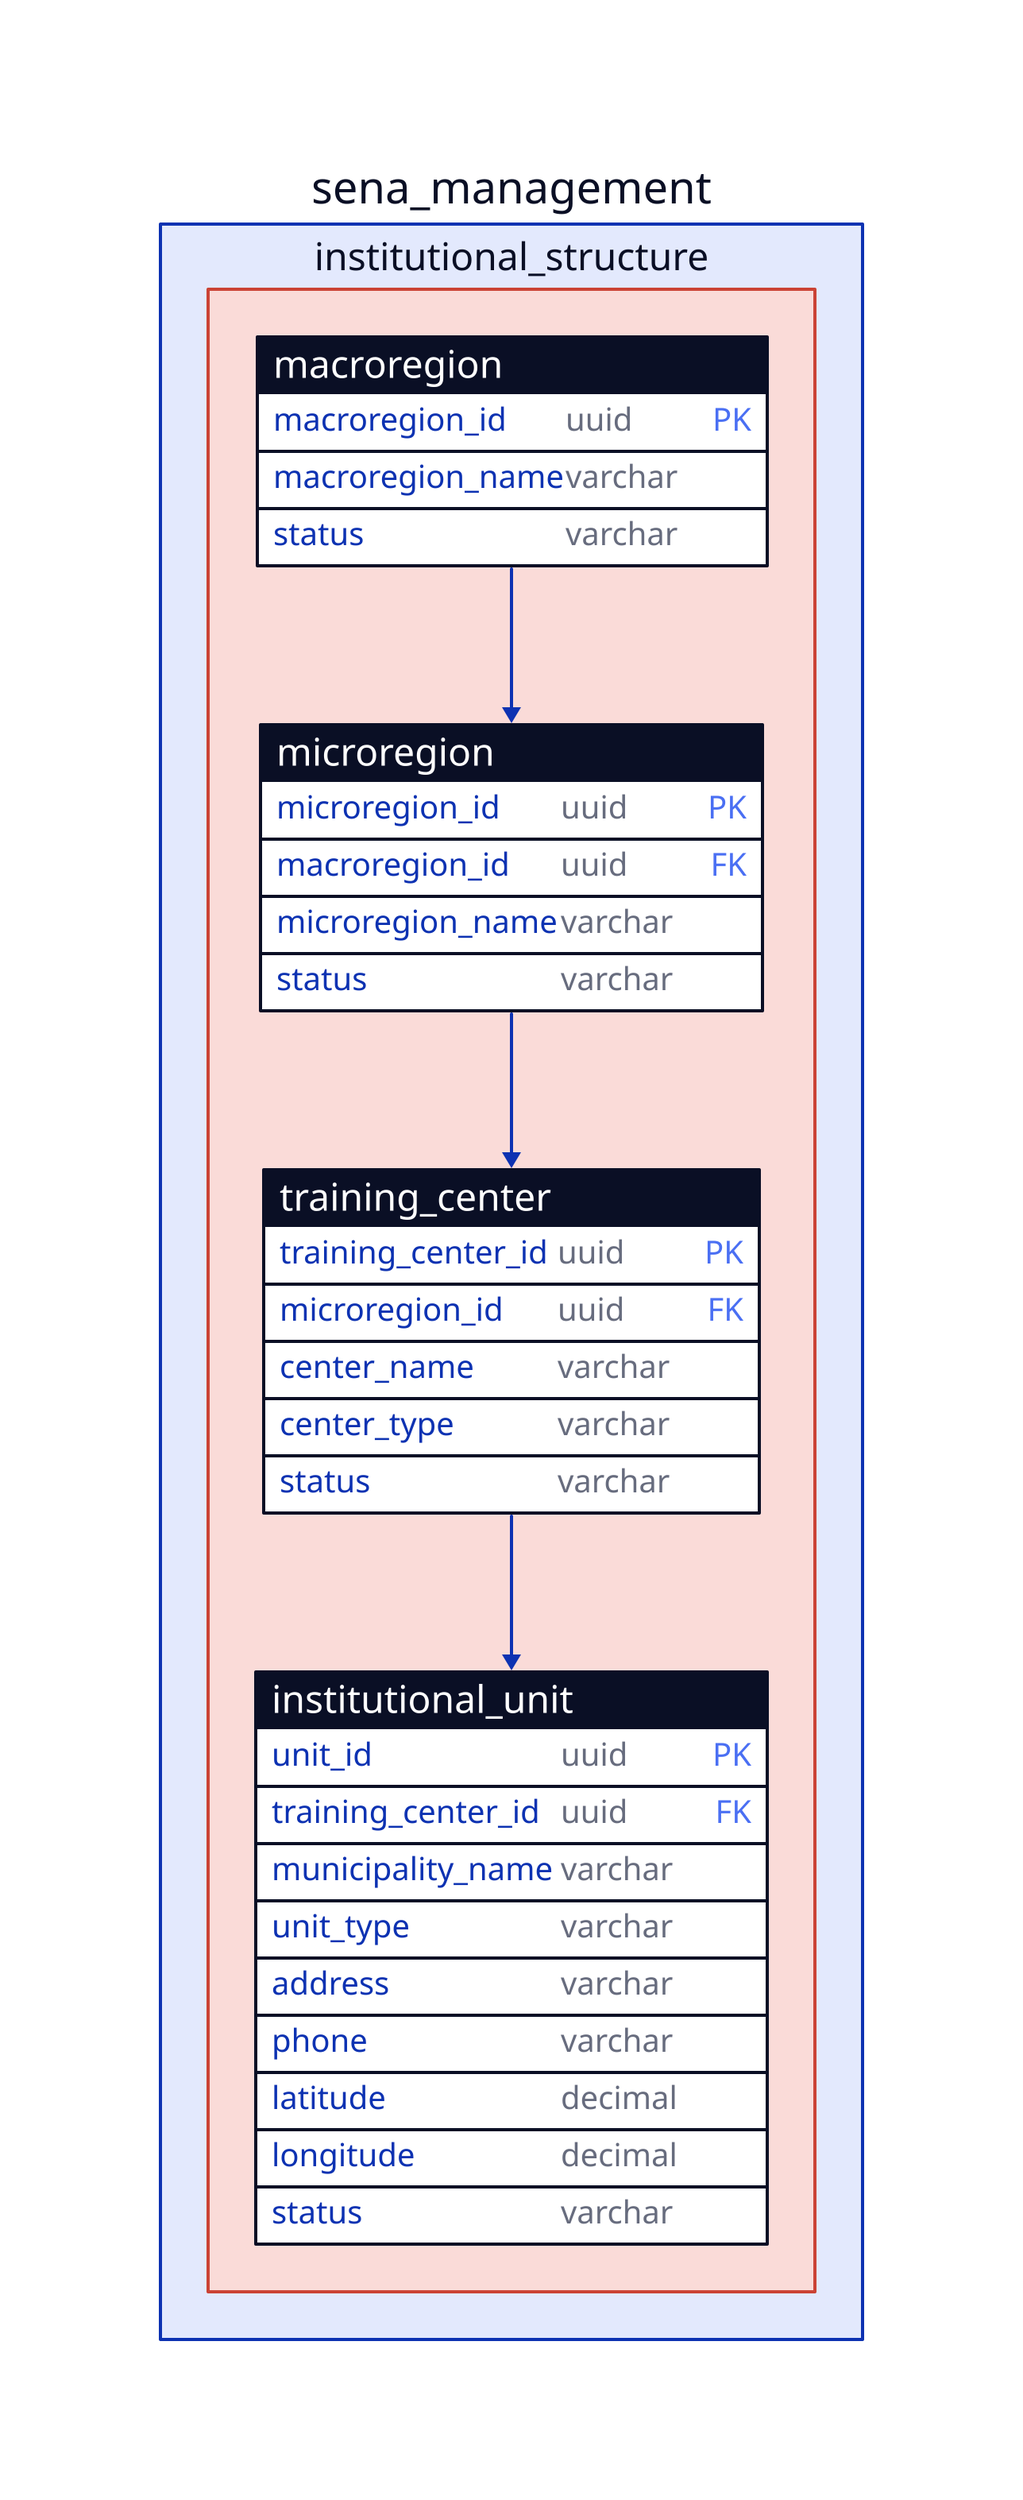
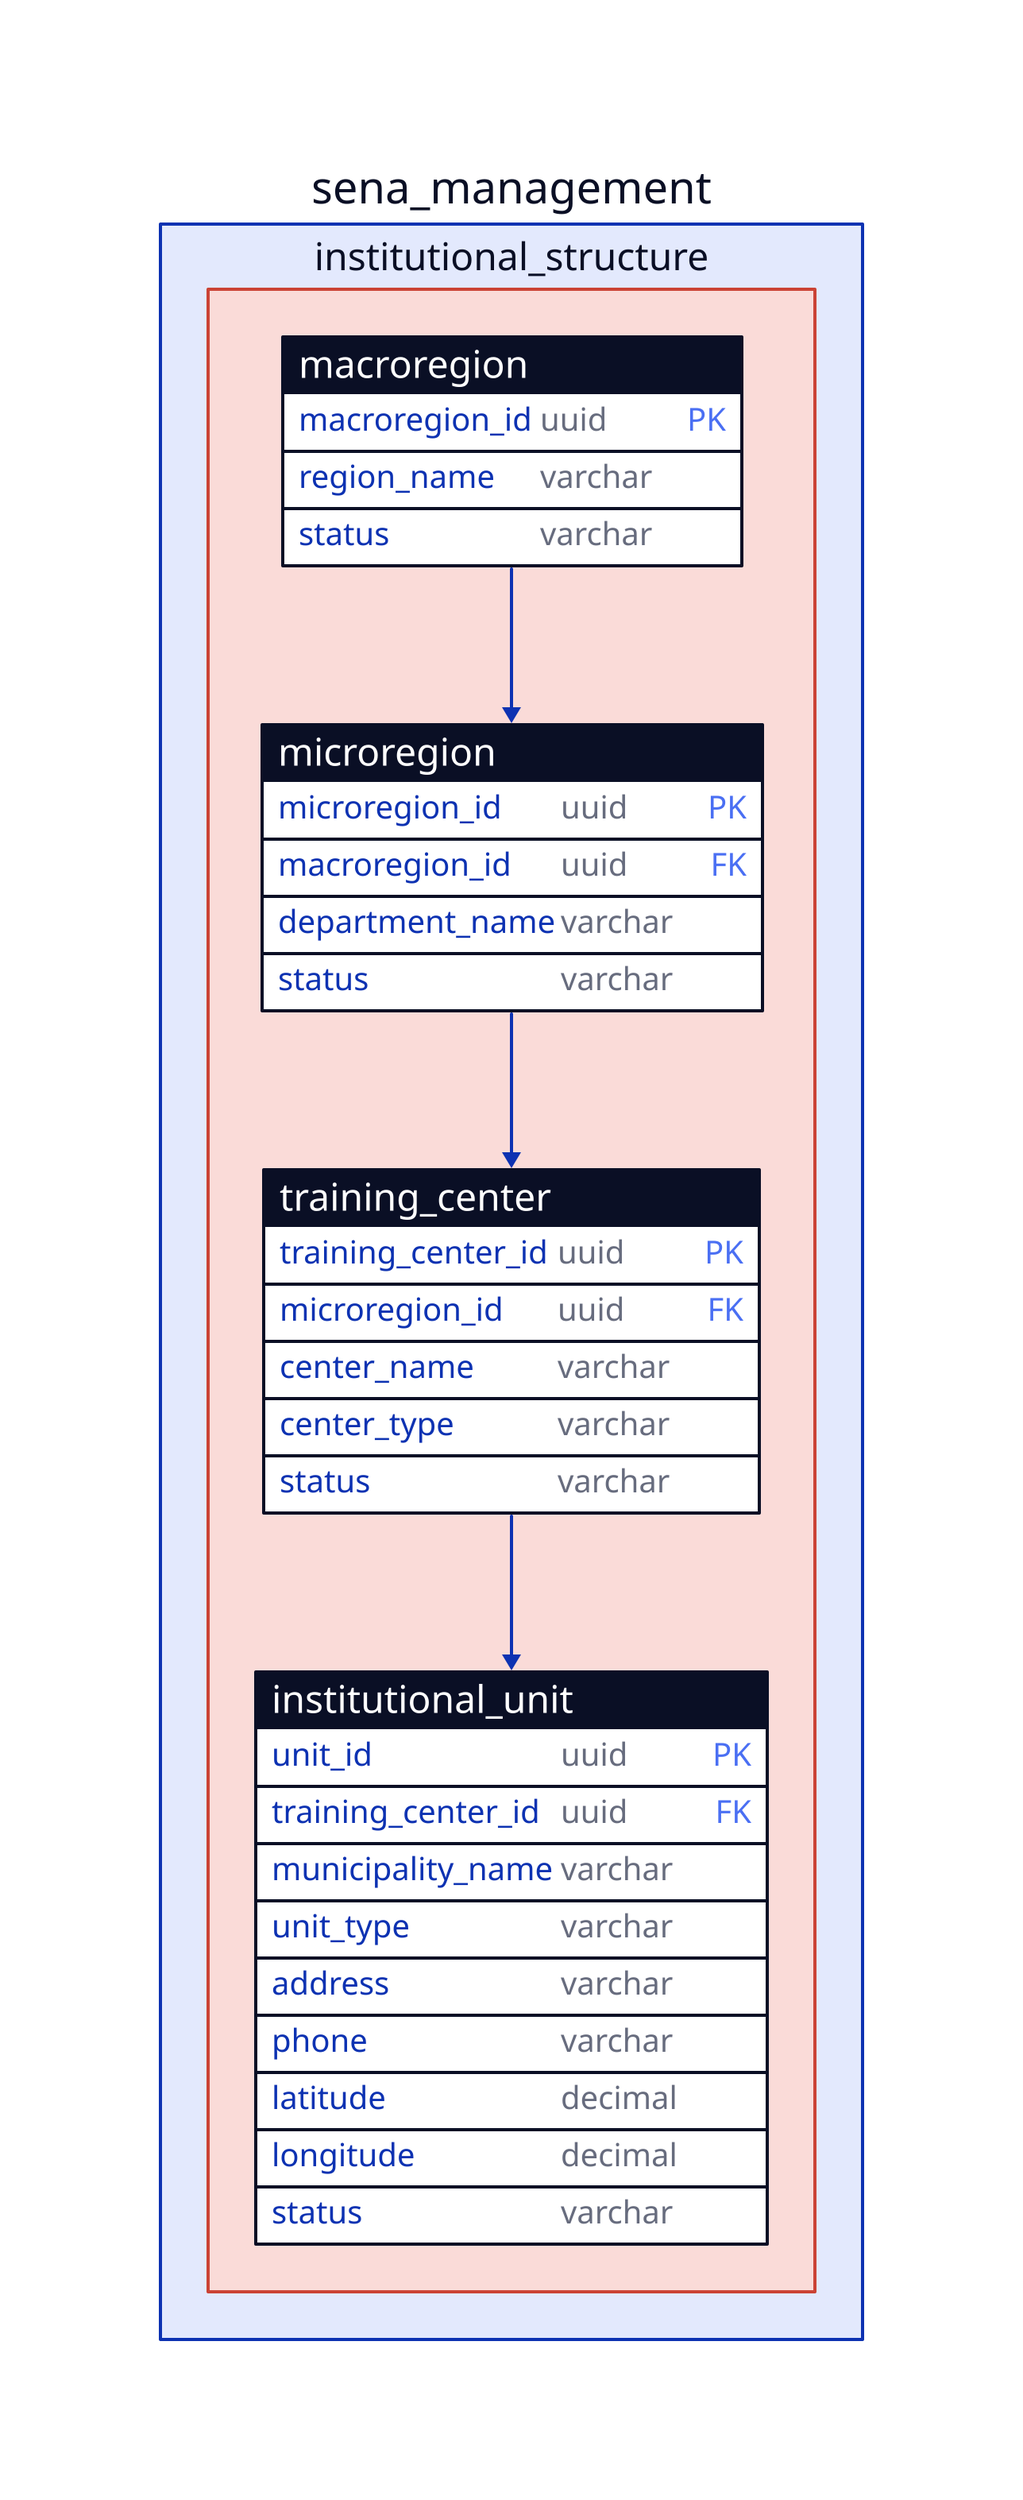
sena_management: {
  institutional_structure: {
    style.fill: "#FADBD8"
    style.stroke: "#CB4335"

    macroregion: {
      shape: sql_table

      macroregion_id: uuid {constraint: primary_key}
-       macroregion_name: varchar
+       region_name: varchar
      status: varchar
    }

    microregion: {
      shape: sql_table

      microregion_id: uuid {constraint: primary_key}
      macroregion_id: uuid {constraint: foreign_key}
-       microregion_name: varchar
+       department_name: varchar
      status: varchar
    }

    training_center: {
      shape: sql_table

      training_center_id: uuid {constraint: primary_key}
      microregion_id: uuid {constraint: foreign_key}
      center_name: varchar
      center_type: varchar
      status: varchar
    }

    institutional_unit: {
      shape: sql_table

      unit_id: uuid {constraint: primary_key}
      training_center_id: uuid {constraint: foreign_key}
      municipality_name: varchar
      unit_type: varchar
      address: varchar
      phone: varchar
      latitude: decimal
      longitude: decimal
      status: varchar
    }
  }

  institutional_structure.macroregion.macroregion_id -> institutional_structure.microregion.macroregion_id

  institutional_structure.microregion.microregion_id -> institutional_structure.training_center.microregion_id

  institutional_structure.training_center.training_center_id -> institutional_structure.institutional_unit.training_center_id
}


